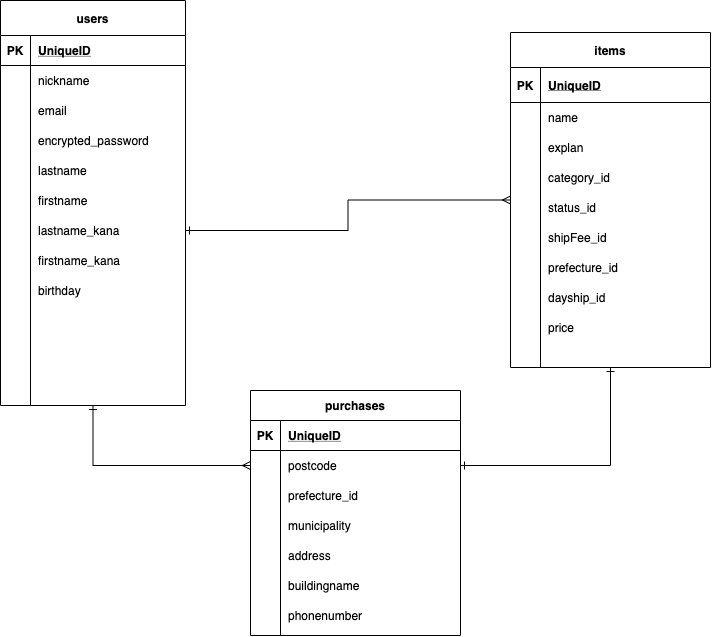
The draw.io diagram app/views/DB.png in nakanori0508/furima-31792, before a commit. Source tidied: cells renumbered, new cells last; positions are measured from the earlier drawing's top-left corner, leaving out a move shared by most shapes.
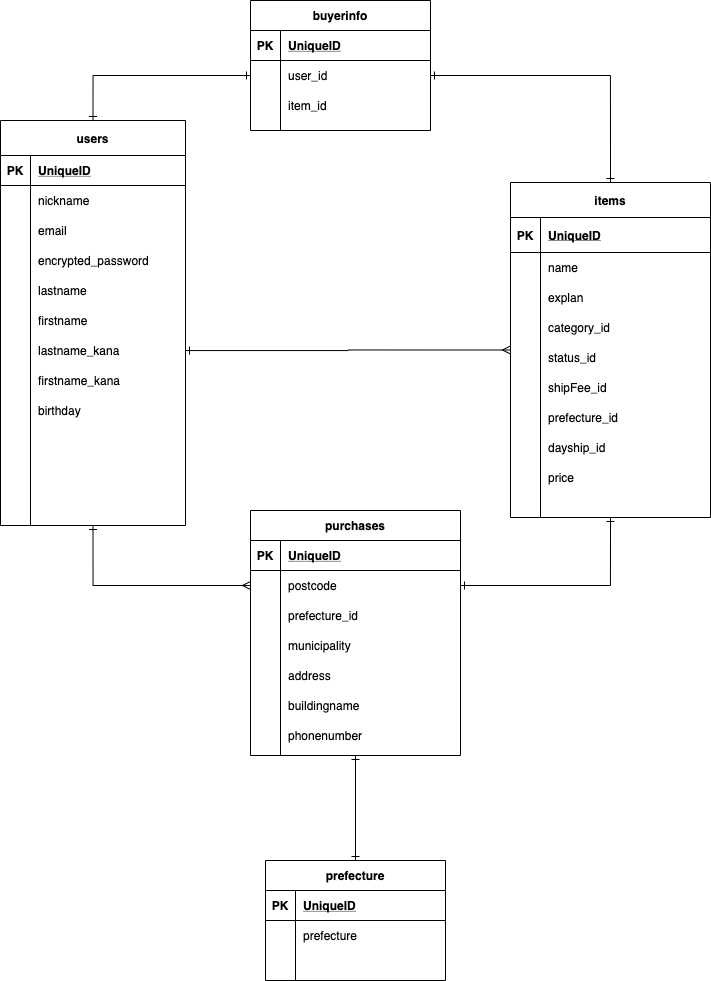
The same file after the commit.

Change to the diagram source:
```diff
@@ -5,6 +5,18 @@
     <mxCell id="2" style="edgeStyle=orthogonalEdgeStyle;rounded=0;jettySize=auto;html=1;exitX=0.5;exitY=1;exitDx=0;exitDy=0;entryX=0;entryY=0.5;entryDx=0;entryDy=0;endArrow=ERmany;endFill=0;startArrow=ERone;startFill=0;" parent="1" edge="1" source="3" target="65">
       <mxGeometry relative="1" as="geometry" />
     </mxCell>
+    <mxCell id="31" style="edgeStyle=orthogonalEdgeStyle;rounded=0;jettySize=auto;html=1;entryX=0;entryY=0.5;entryDx=0;entryDy=0;endArrow=ERmany;endFill=0;startArrow=ERone;startFill=0;" parent="1" edge="1" source="22" target="33">
+      <mxGeometry relative="1" as="geometry" />
+    </mxCell>
+    <mxCell id="32" style="edgeStyle=orthogonalEdgeStyle;rounded=0;jettySize=auto;html=1;exitX=0.5;exitY=1;exitDx=0;exitDy=0;entryX=1;entryY=0.5;entryDx=0;entryDy=0;endArrow=ERone;endFill=0;startArrow=ERone;startFill=0;" parent="1" edge="1" source="33" target="65">
+      <mxGeometry relative="1" as="geometry" />
+    </mxCell>
+    <mxCell id="83" style="edgeStyle=orthogonalEdgeStyle;rounded=0;jettySize=auto;html=1;exitX=0.5;exitY=1;exitDx=0;exitDy=0;entryX=0.5;entryY=0;entryDx=0;entryDy=0;startArrow=ERone;startFill=0;endArrow=ERone;endFill=0;" parent="1" edge="1" source="61" target="96">
+      <mxGeometry relative="1" as="geometry" />
+    </mxCell>
+    <mxCell id="84" style="edgeStyle=orthogonalEdgeStyle;rounded=0;jettySize=auto;html=1;exitX=0.5;exitY=0;exitDx=0;exitDy=0;entryX=0;entryY=0.5;entryDx=0;entryDy=0;startArrow=ERone;startFill=0;endArrow=ERone;endFill=0;" parent="1" edge="1" source="3" target="90">
+      <mxGeometry relative="1" as="geometry" />
+    </mxCell>
     <mxCell id="3" value="users" style="shape=table;startSize=35;rowLines=0;fontStyle=1;align=center;" parent="1" vertex="1">
       <mxGeometry width="185" height="405" as="geometry" />
     </mxCell>
@@ -89,14 +101,11 @@
     <mxCell id="30" value="birthday" style="shape=partialRectangle;fillColor=none;top=0;left=0;bottom=0;right=0;align=left;spacingLeft=6;overflow=hidden;" parent="28" vertex="1">
       <mxGeometry x="30" width="155" height="30" as="geometry" />
     </mxCell>
-    <mxCell id="31" style="edgeStyle=orthogonalEdgeStyle;rounded=0;jettySize=auto;html=1;entryX=0;entryY=0.5;entryDx=0;entryDy=0;endArrow=ERmany;endFill=0;startArrow=ERone;startFill=0;" parent="1" edge="1" source="22" target="33">
-      <mxGeometry relative="1" as="geometry" />
-    </mxCell>
-    <mxCell id="32" style="edgeStyle=orthogonalEdgeStyle;rounded=0;jettySize=auto;html=1;exitX=0.5;exitY=1;exitDx=0;exitDy=0;entryX=1;entryY=0.5;entryDx=0;entryDy=0;endArrow=ERone;endFill=0;startArrow=ERone;startFill=0;" parent="1" edge="1" source="33" target="65">
-      <mxGeometry relative="1" as="geometry" />
-    </mxCell>
+    <mxCell id="85" style="edgeStyle=orthogonalEdgeStyle;rounded=0;jettySize=auto;html=1;exitX=0.5;exitY=0;exitDx=0;exitDy=0;entryX=1;entryY=0.5;entryDx=0;entryDy=0;startArrow=ERone;startFill=0;endArrow=ERone;endFill=0;" parent="1" edge="1" source="33" target="90">
+      <mxGeometry relative="1" as="geometry" />
+    </mxCell>
     <mxCell id="33" value="items" style="shape=table;startSize=35;rowLines=0;fontStyle=1;align=center;" parent="1" vertex="1">
-      <mxGeometry x="510" y="32" width="200" height="335" as="geometry" />
+      <mxGeometry x="510" y="62" width="200" height="335" as="geometry" />
     </mxCell>
     <mxCell id="34" style="shape=partialRectangle;fillColor=none;top=0;left=0;bottom=1;right=0;" parent="33" vertex="1">
       <mxGeometry y="35" width="200" height="35" as="geometry" />
@@ -179,6 +188,36 @@
     <mxCell id="60" value="price" style="shape=partialRectangle;fillColor=none;top=0;left=0;bottom=0;right=0;align=left;spacingLeft=6;overflow=hidden;" parent="58" vertex="1">
       <mxGeometry x="30" width="170" height="30" as="geometry" />
     </mxCell>
+    <mxCell id="86" value="buyerinfo" style="shape=table;startSize=30;rowLines=0;fontStyle=1;align=center;" parent="1" vertex="1">
+      <mxGeometry x="250" y="-120" width="180" height="130" as="geometry" />
+    </mxCell>
+    <mxCell id="87" style="shape=partialRectangle;fillColor=none;top=0;left=0;bottom=1;right=0;" parent="86" vertex="1">
+      <mxGeometry y="30" width="180" height="30" as="geometry" />
+    </mxCell>
+    <mxCell id="88" value="PK" style="shape=partialRectangle;fillColor=none;top=0;left=0;bottom=0;right=0;fontStyle=1;overflow=hidden;" parent="87" vertex="1">
+      <mxGeometry width="30" height="30" as="geometry" />
+    </mxCell>
+    <mxCell id="89" value="UniqueID" style="shape=partialRectangle;fillColor=none;top=0;left=0;bottom=0;right=0;align=left;spacingLeft=6;fontStyle=5;overflow=hidden;" parent="87" vertex="1">
+      <mxGeometry x="30" width="150" height="30" as="geometry" />
+    </mxCell>
+    <mxCell id="90" style="shape=partialRectangle;fillColor=none;top=0;left=0;bottom=0;right=0;points=[[0,0.5],[1,0.5]];portConstraint=eastwest;" parent="86" vertex="1">
+      <mxGeometry y="60" width="180" height="30" as="geometry" />
+    </mxCell>
+    <mxCell id="91" style="shape=partialRectangle;fillColor=none;top=0;left=0;bottom=0;right=0;overflow=hidden;" parent="90" vertex="1">
+      <mxGeometry width="30" height="30" as="geometry" />
+    </mxCell>
+    <mxCell id="92" value="user_id" style="shape=partialRectangle;fillColor=none;top=0;left=0;bottom=0;right=0;align=left;spacingLeft=6;overflow=hidden;" parent="90" vertex="1">
+      <mxGeometry x="30" width="150" height="30" as="geometry" />
+    </mxCell>
+    <mxCell id="93" style="shape=partialRectangle;fillColor=none;top=0;left=0;bottom=0;right=0;" parent="86" vertex="1">
+      <mxGeometry y="90" width="180" height="30" as="geometry" />
+    </mxCell>
+    <mxCell id="94" style="shape=partialRectangle;fillColor=none;top=0;left=0;bottom=0;right=0;overflow=hidden;" parent="93" vertex="1">
+      <mxGeometry width="30" height="30" as="geometry" />
+    </mxCell>
+    <mxCell id="95" value="item_id" style="shape=partialRectangle;fillColor=none;top=0;left=0;bottom=0;right=0;align=left;spacingLeft=6;overflow=hidden;" parent="93" vertex="1">
+      <mxGeometry x="30" width="150" height="30" as="geometry" />
+    </mxCell>
     <mxCell id="61" value="purchases" style="shape=table;startSize=30;rowLines=0;fontStyle=1;align=center;" parent="1" vertex="1">
       <mxGeometry x="250" y="390" width="210" height="245" as="geometry" />
     </mxCell>
@@ -245,5 +284,35 @@
     <mxCell id="82" value="phonenumber" style="shape=partialRectangle;fillColor=none;top=0;left=0;bottom=0;right=0;align=left;spacingLeft=6;overflow=hidden;" parent="80" vertex="1">
       <mxGeometry x="30" width="180" height="30" as="geometry" />
     </mxCell>
+    <mxCell id="96" value="prefecture" style="shape=table;startSize=30;rowLines=0;fontStyle=1;align=center;" parent="1" vertex="1">
+      <mxGeometry x="265" y="740" width="180" height="120" as="geometry" />
+    </mxCell>
+    <mxCell id="97" style="shape=partialRectangle;fillColor=none;top=0;left=0;bottom=1;right=0;" parent="96" vertex="1">
+      <mxGeometry y="30" width="180" height="30" as="geometry" />
+    </mxCell>
+    <mxCell id="98" value="PK" style="shape=partialRectangle;fillColor=none;top=0;left=0;bottom=0;right=0;fontStyle=1;overflow=hidden;" parent="97" vertex="1">
+      <mxGeometry width="30" height="30" as="geometry" />
+    </mxCell>
+    <mxCell id="99" value="UniqueID" style="shape=partialRectangle;fillColor=none;top=0;left=0;bottom=0;right=0;align=left;spacingLeft=6;fontStyle=5;overflow=hidden;" parent="97" vertex="1">
+      <mxGeometry x="30" width="150" height="30" as="geometry" />
+    </mxCell>
+    <mxCell id="100" style="shape=partialRectangle;fillColor=none;top=0;left=0;bottom=0;right=0;" parent="96" vertex="1">
+      <mxGeometry y="60" width="180" height="30" as="geometry" />
+    </mxCell>
+    <mxCell id="101" style="shape=partialRectangle;fillColor=none;top=0;left=0;bottom=0;right=0;overflow=hidden;" parent="100" vertex="1">
+      <mxGeometry width="30" height="30" as="geometry" />
+    </mxCell>
+    <mxCell id="102" value="prefecture" style="shape=partialRectangle;fillColor=none;top=0;left=0;bottom=0;right=0;align=left;spacingLeft=6;overflow=hidden;" parent="100" vertex="1">
+      <mxGeometry x="30" width="150" height="30" as="geometry" />
+    </mxCell>
+    <mxCell id="103" style="shape=partialRectangle;fillColor=none;top=0;left=0;bottom=0;right=0;" parent="96" vertex="1">
+      <mxGeometry y="90" width="180" height="30" as="geometry" />
+    </mxCell>
+    <mxCell id="104" style="shape=partialRectangle;fillColor=none;top=0;left=0;bottom=0;right=0;overflow=hidden;" parent="103" vertex="1">
+      <mxGeometry width="30" height="30" as="geometry" />
+    </mxCell>
+    <mxCell id="105" style="shape=partialRectangle;fillColor=none;top=0;left=0;bottom=0;right=0;align=left;spacingLeft=6;overflow=hidden;" parent="103" vertex="1">
+      <mxGeometry x="30" width="150" height="30" as="geometry" />
+    </mxCell>
   </root>
 </mxGraphModel>
```
